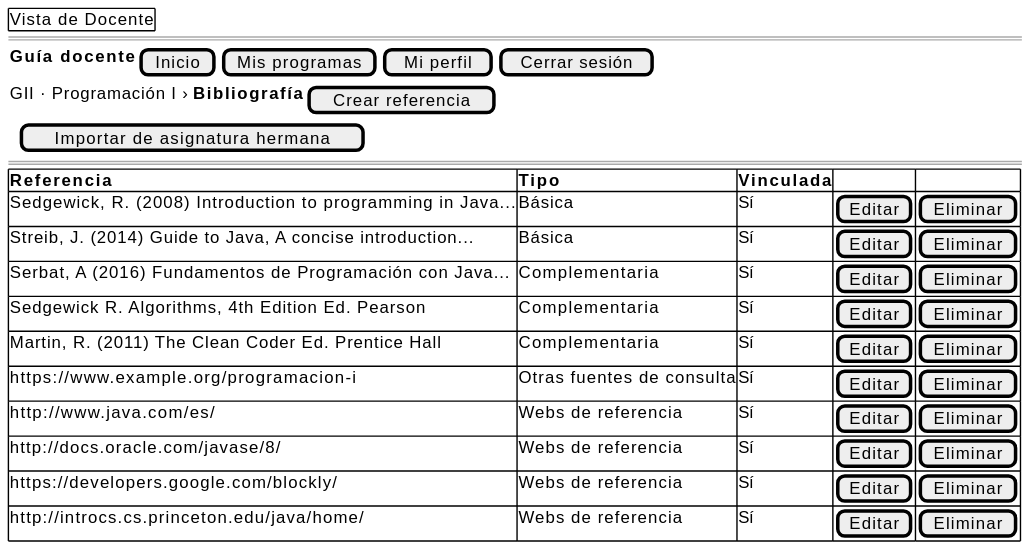
Before: images/RUP/01-requisitos/03-detalle-casos-uso/abrirReferenciasBibliograficas/wireframe.svg, a diagram exported from PlantUML (mmasias/pyCeldaPublico).
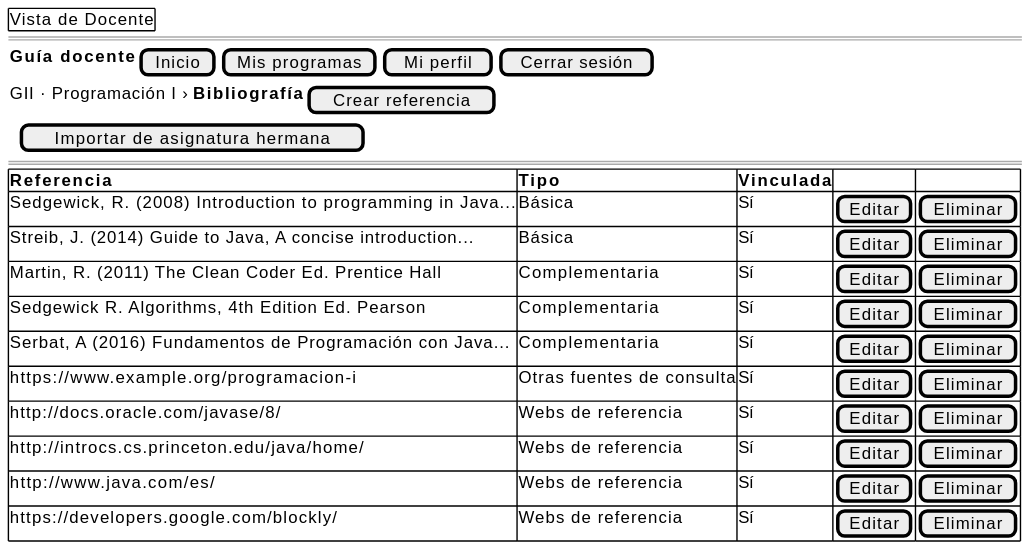
After the change.

The edit, as a diff of the source:
```diff
@@ -10,14 +10,14 @@
         <b>Referencia | <b>Tipo | <b>Vinculada | . | .
         Sedgewick, R. (2008) Introduction to programming in Java... | Básica | Sí | [Editar] | [Eliminar]
         Streib, J. (2014) Guide to Java, A concise introduction... | Básica | Sí | [Editar] | [Eliminar]
+        Martin, R. (2011) The Clean Coder Ed. Prentice Hall | Complementaria | Sí | [Editar] | [Eliminar]
+        Sedgewick R. Algorithms, 4th Edition Ed. Pearson | Complementaria | Sí | [Editar] | [Eliminar]
         Serbat, A (2016) Fundamentos de Programación con Java... | Complementaria | Sí | [Editar] | [Eliminar]
-        Sedgewick R. Algorithms, 4th Edition Ed. Pearson | Complementaria | Sí | [Editar] | [Eliminar]
-        Martin, R. (2011) The Clean Coder Ed. Prentice Hall | Complementaria | Sí | [Editar] | [Eliminar]
         https://www.example.org/programacion-i | Otras fuentes de consulta | Sí | [Editar] | [Eliminar]
+        http://docs.oracle.com/javase/8/ | Webs de referencia | Sí | [Editar] | [Eliminar]
+        http://introcs.cs.princeton.edu/java/home/ | Webs de referencia | Sí | [Editar] | [Eliminar]
         http://www.java.com/es/ | Webs de referencia | Sí | [Editar] | [Eliminar]
-        http://docs.oracle.com/javase/8/ | Webs de referencia | Sí | [Editar] | [Eliminar]
         https://developers.google.com/blockly/ | Webs de referencia | Sí | [Editar] | [Eliminar]
-        http://introcs.cs.princeton.edu/java/home/ | Webs de referencia | Sí | [Editar] | [Eliminar]
     }
 }
 @endsalt
```
